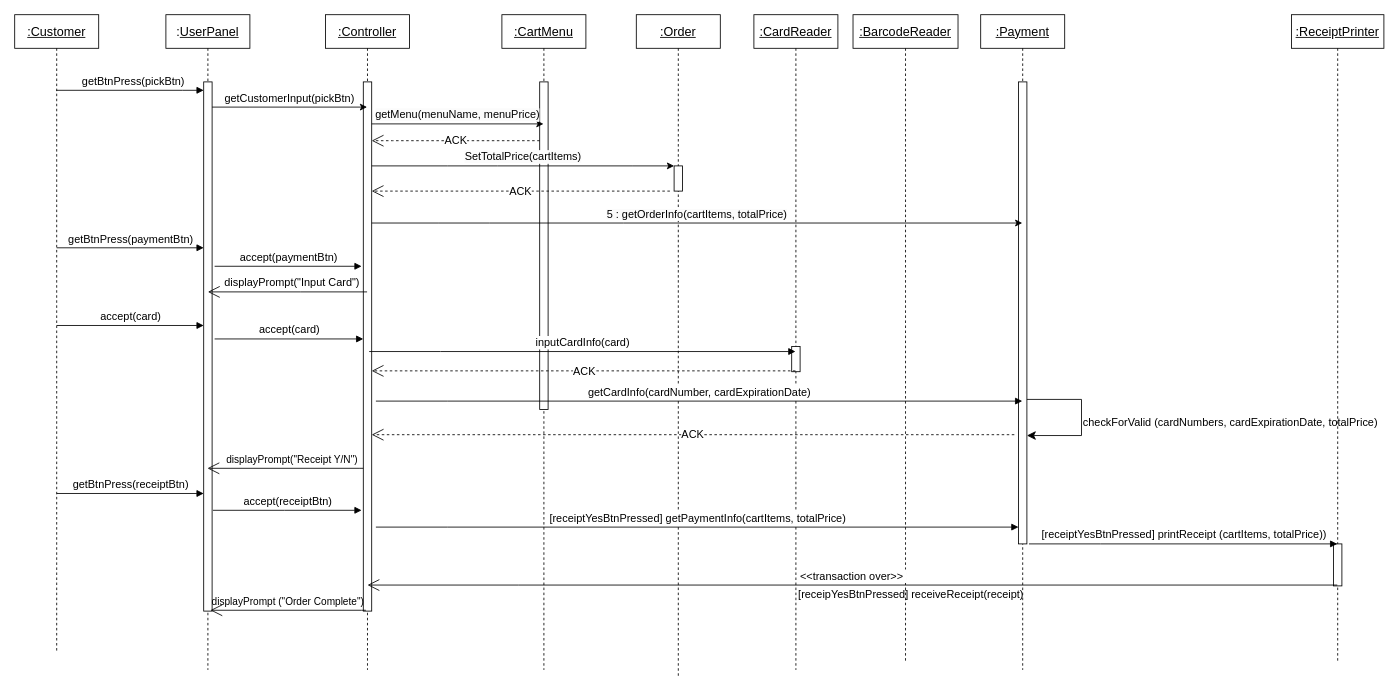
Before: 제목 없는 다이어그램.drawio in SSWU-light-2021/kiosk_UML, a draw.io diagram. Source tidied: cells renumbered, new cells numbered last; positions are measured from the earlier drawing's top-left corner, leaving out a move shared by most shapes. Both pictures are drawn from the tidied source at 84%, with x=0, y=0 at pixel (14, 14).
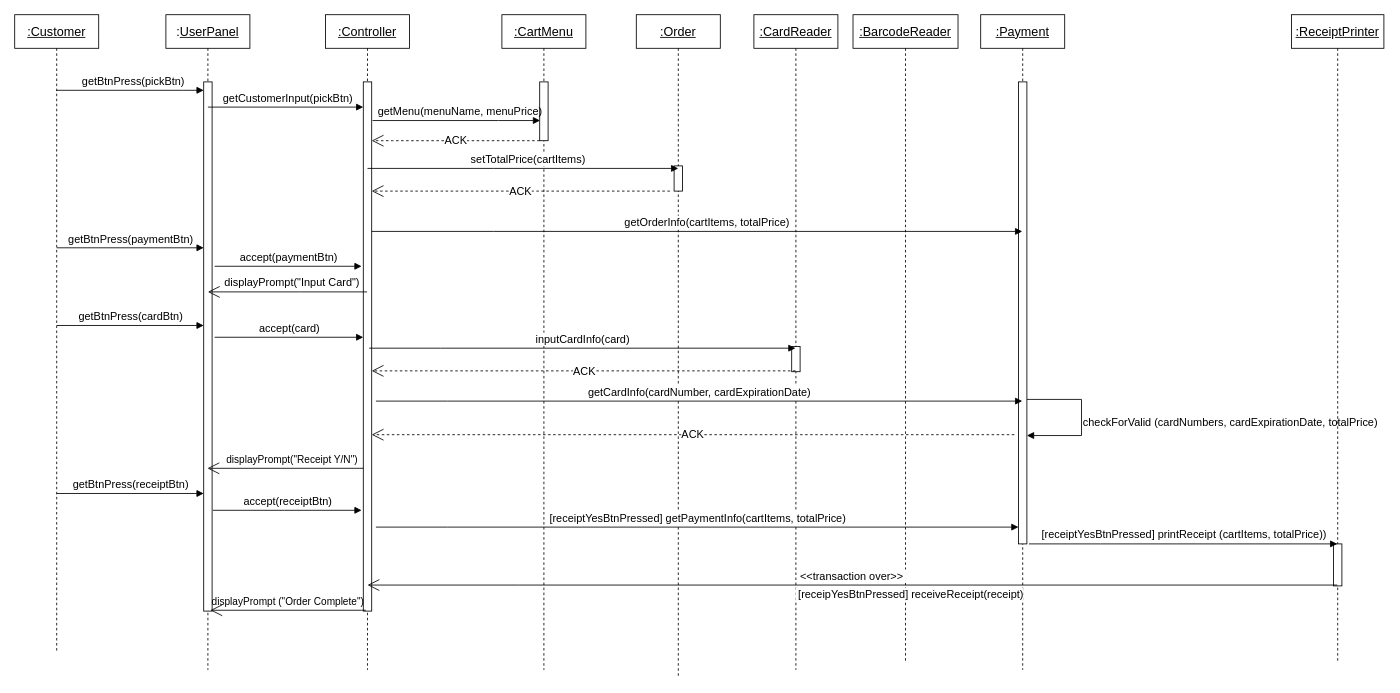
The same page after the edit.

Commit message:
제목 없는 다이어그램.drawio 업데이트

The change refers to these unchanged cells:
```xml
<mxCell id="4" style="html=1;points=[];perimeter=orthogonalPerimeter;outlineConnect=0;targetShapes=umlLifeline;portConstraint=eastwest;newEdgeStyle={&quot;edgeStyle&quot;:&quot;elbowEdgeStyle&quot;,&quot;elbow&quot;:&quot;vertical&quot;,&quot;curved&quot;:0,&quot;rounded&quot;:0};" parent="3" vertex="1">
  <mxGeometry x="45" y="80" width="10" height="630" as="geometry" />
</mxCell>
<mxCell id="6" value="&lt;u&gt;:Controller&lt;/u&gt;" style="shape=umlLifeline;perimeter=lifelinePerimeter;whiteSpace=wrap;html=1;outlineConnect=0;portConstraint=eastwest;newEdgeStyle={&quot;edgeStyle&quot;:&quot;elbowEdgeStyle&quot;,&quot;elbow&quot;:&quot;vertical&quot;,&quot;curved&quot;:0,&quot;rounded&quot;:0};fontSize=15;" parent="1" vertex="1">
  <mxGeometry x="370" width="100" height="780" as="geometry" />
</mxCell>
<mxCell id="7" style="html=1;points=[];perimeter=orthogonalPerimeter;outlineConnect=0;targetShapes=umlLifeline;portConstraint=eastwest;newEdgeStyle={&quot;edgeStyle&quot;:&quot;elbowEdgeStyle&quot;,&quot;elbow&quot;:&quot;vertical&quot;,&quot;curved&quot;:0,&quot;rounded&quot;:0};" parent="6" vertex="1">
  <mxGeometry x="45" y="80" width="10" height="630" as="geometry" />
</mxCell>
<mxCell id="9" style="html=1;points=[];perimeter=orthogonalPerimeter;outlineConnect=0;targetShapes=umlLifeline;portConstraint=eastwest;newEdgeStyle={&quot;edgeStyle&quot;:&quot;elbowEdgeStyle&quot;,&quot;elbow&quot;:&quot;vertical&quot;,&quot;curved&quot;:0,&quot;rounded&quot;:0};" parent="8" vertex="1">
  <mxGeometry x="45" y="180" width="10" height="30" as="geometry" />
</mxCell>
<mxCell id="13" value="&lt;font style=&quot;font-size: 15px;&quot;&gt;&lt;u&gt;:Payment&lt;/u&gt;&lt;/font&gt;" style="shape=umlLifeline;perimeter=lifelinePerimeter;whiteSpace=wrap;html=1;outlineConnect=0;portConstraint=eastwest;newEdgeStyle={&quot;edgeStyle&quot;:&quot;elbowEdgeStyle&quot;,&quot;elbow&quot;:&quot;vertical&quot;,&quot;curved&quot;:0,&quot;rounded&quot;:0};" parent="1" vertex="1">
  <mxGeometry x="1150" width="100" height="780" as="geometry" />
</mxCell>
<mxCell id="19" value="&lt;font style=&quot;font-size: 15px;&quot;&gt;&lt;u&gt;:CartMenu&lt;/u&gt;&lt;/font&gt;" style="shape=umlLifeline;perimeter=lifelinePerimeter;whiteSpace=wrap;html=1;outlineConnect=0;portConstraint=eastwest;newEdgeStyle={&quot;edgeStyle&quot;:&quot;elbowEdgeStyle&quot;,&quot;elbow&quot;:&quot;vertical&quot;,&quot;curved&quot;:0,&quot;rounded&quot;:0};" parent="1" vertex="1">
  <mxGeometry x="580" width="100" height="780" as="geometry" />
</mxCell>
```

Change to the diagram source:
```diff
@@
-    <mxCell id="15" style="edgeStyle=segmentEdgeStyle;endArrow=classic;html=1;curved=0;rounded=0;endSize=8;startSize=8;" parent="13" edge="1">
+    <mxCell id="15" style="edgeStyle=segmentEdgeStyle;endArrow=block;html=1;curved=0;rounded=0;endFill=1;" parent="13" edge="1">
       <mxGeometry relative="1" as="geometry">
         <mxPoint x="55" y="458" as="sourcePoint" />
         <mxPoint x="55" y="501" as="targetPoint" />
         <Array as="points">
           <mxPoint x="120" y="458" />
           <mxPoint x="120" y="501" />
         </Array>
       </mxGeometry>
     </mxCell>
@@
-    <mxCell id="18" value="&lt;span style=&quot;color: rgb(0, 0, 0); font-family: Helvetica; font-size: 13px; font-style: normal; font-variant-ligatures: normal; font-variant-caps: normal; font-weight: 400; letter-spacing: normal; orphans: 2; text-align: center; text-indent: 0px; text-transform: none; widows: 2; word-spacing: 0px; -webkit-text-stroke-width: 0px; text-decoration-thickness: initial; text-decoration-style: initial; text-decoration-color: initial; float: none; display: inline !important;&quot;&gt;getCustomerInput(pickBtn)&lt;/span&gt;" style="endArrow=classic;html=1;rounded=0;labelPosition=center;verticalLabelPosition=top;align=center;verticalAlign=bottom;fontSize=13;labelBackgroundColor=default;" parent="1" edge="1" source="4" target="6">
-      <mxGeometry relative="1" as="geometry">
-        <Array as="points">
-          <mxPoint x="280" y="110" />
-        </Array>
-      </mxGeometry>
-    </mxCell>
@@
     <mxCell id="20" style="html=1;points=[];perimeter=orthogonalPerimeter;outlineConnect=0;targetShapes=umlLifeline;portConstraint=eastwest;newEdgeStyle={&quot;edgeStyle&quot;:&quot;elbowEdgeStyle&quot;,&quot;elbow&quot;:&quot;vertical&quot;,&quot;curved&quot;:0,&quot;rounded&quot;:0};" parent="19" vertex="1">
-      <mxGeometry x="45" y="80" width="10" height="390" as="geometry" />
+      <mxGeometry x="45" y="80" width="10" height="70" as="geometry" />
     </mxCell>
-    <mxCell id="21" value="&lt;span style=&quot;color: rgb(0, 0, 0); font-family: Helvetica; font-size: 13px; font-style: normal; font-variant-ligatures: normal; font-variant-caps: normal; font-weight: 400; letter-spacing: normal; orphans: 2; text-align: center; text-indent: 0px; text-transform: none; widows: 2; word-spacing: 0px; -webkit-text-stroke-width: 0px; background-color: rgb(251, 251, 251); text-decoration-thickness: initial; text-decoration-style: initial; text-decoration-color: initial; float: none; display: inline !important;&quot;&gt;getMenu(menuName, menuPrice)&lt;/span&gt;" style="endArrow=classic;html=1;rounded=0;labelPosition=center;verticalLabelPosition=top;align=center;verticalAlign=bottom;" parent="1" edge="1" source="7" target="19">
-      <mxGeometry relative="1" as="geometry">
-        <Array as="points">
-          <mxPoint x="430" y="130" />
-        </Array>
-      </mxGeometry>
-    </mxCell>
@@
-    <mxCell id="23" value="&lt;span style=&quot;color: rgb(0, 0, 0); font-family: Helvetica; font-size: 13px; font-style: normal; font-variant-ligatures: normal; font-variant-caps: normal; font-weight: 400; letter-spacing: normal; orphans: 2; text-align: center; text-indent: 0px; text-transform: none; widows: 2; word-spacing: 0px; -webkit-text-stroke-width: 0px; background-color: rgb(251, 251, 251); text-decoration-thickness: initial; text-decoration-style: initial; text-decoration-color: initial; float: none; display: inline !important;&quot;&gt;SetTotalPrice(cartItems)&lt;/span&gt;" style="endArrow=classic;html=1;rounded=0;labelPosition=center;verticalLabelPosition=top;align=center;verticalAlign=bottom;" parent="1" edge="1" source="7" target="9">
-      <mxGeometry relative="1" as="geometry">
-        <Array as="points">
-          <mxPoint x="515" y="180" />
-          <mxPoint x="575" y="180" />
-          <mxPoint x="735" y="180" />
-        </Array>
-      </mxGeometry>
-    </mxCell>
@@
-    <mxCell id="25" value="&lt;span style=&quot;color: rgb(0, 0, 0); font-family: Helvetica; font-style: normal; font-variant-ligatures: normal; font-variant-caps: normal; font-weight: 400; letter-spacing: normal; orphans: 2; text-align: center; text-indent: 0px; text-transform: none; widows: 2; word-spacing: 0px; -webkit-text-stroke-width: 0px; background-color: rgb(251, 251, 251); text-decoration-thickness: initial; text-decoration-style: initial; text-decoration-color: initial; float: none; display: inline !important;&quot;&gt;&lt;font style=&quot;font-size: 13px;&quot;&gt;5 : getOrderInfo(cartItems, totalPrice)&lt;/font&gt;&lt;/span&gt;" style="endArrow=classic;html=1;rounded=0;labelPosition=center;verticalLabelPosition=top;align=center;verticalAlign=bottom;" parent="1" edge="1" source="7" target="13">
-      <mxGeometry relative="1" as="geometry">
-        <Array as="points">
-          <mxPoint x="505" y="248" />
-          <mxPoint x="565" y="248" />
-          <mxPoint x="725" y="248" />
-        </Array>
-      </mxGeometry>
-    </mxCell>
@@
-    <mxCell id="28" value="&lt;font style=&quot;font-size: 13px;&quot;&gt;accept(card)&lt;/font&gt;" style="html=1;verticalAlign=bottom;endArrow=block;edgeStyle=elbowEdgeStyle;elbow=vertical;curved=0;rounded=0;" parent="1" edge="1">
+    <mxCell id="28" value="&lt;span style=&quot;font-size: 13px;&quot;&gt;getBtnPress(cardBtn)&lt;/span&gt;" style="html=1;verticalAlign=bottom;endArrow=block;edgeStyle=elbowEdgeStyle;elbow=vertical;curved=0;rounded=0;" parent="1" edge="1">
       <mxGeometry relative="1" as="geometry">
         <mxPoint x="50" y="370" as="sourcePoint" />
         <mxPoint x="225" y="370.5" as="targetPoint" />
         <Array as="points">
           <mxPoint x="135" y="370" />
         </Array>
       </mxGeometry>
     </mxCell>
     <mxCell id="29" value="&lt;font style=&quot;font-size: 13px;&quot;&gt;accept(card)&lt;/font&gt;" style="html=1;verticalAlign=bottom;endArrow=block;edgeStyle=elbowEdgeStyle;elbow=vertical;curved=0;rounded=0;" parent="1" edge="1">
       <mxGeometry relative="1" as="geometry">
-        <mxPoint x="238" y="386" as="sourcePoint" />
-        <mxPoint x="415" y="386" as="targetPoint" />
+        <mxPoint x="238" y="384" as="sourcePoint" />
+        <mxPoint x="415" y="384" as="targetPoint" />
         <Array as="points">
-          <mxPoint x="323" y="386" />
+          <mxPoint x="323" y="384" />
         </Array>
       </mxGeometry>
     </mxCell>
@@
     <mxCell id="32" value="&lt;font style=&quot;font-size: 13px;&quot;&gt;inputCardInfo(card)&lt;/font&gt;" style="html=1;verticalAlign=bottom;endArrow=block;edgeStyle=elbowEdgeStyle;elbow=vertical;curved=0;rounded=0;fontSize=13;" parent="1" edge="1">
       <mxGeometry relative="1" as="geometry">
-        <mxPoint x="422" y="401" as="sourcePoint" />
-        <mxPoint x="929.5" y="401" as="targetPoint" />
+        <mxPoint x="422" y="397" as="sourcePoint" />
+        <mxPoint x="929.5" y="397" as="targetPoint" />
         <Array as="points">
-          <mxPoint x="507" y="401" />
+          <mxPoint x="507" y="397" />
         </Array>
       </mxGeometry>
     </mxCell>
@@
-    <mxCell id="45" value="&lt;font style=&quot;font-size: 13px;&quot;&gt;&amp;nbsp;[receipYesBtnPressed] receiveReceipt(receipt)&lt;/font&gt;" style="text;html=1;align=center;verticalAlign=middle;strokeColor=none;fillColor=none;" parent="1" vertex="1">
+    <mxCell id="45" value="&lt;font style=&quot;font-size: 13px;&quot;&gt;&amp;nbsp;[receipYesBtnPressed] receiveReceipt(receipt)&lt;/font&gt;" style="text;html=1;align=center;verticalAlign=middle;strokeColor=none;fillColor=none;labelBackgroundColor=default;" parent="1" vertex="1">
       <mxGeometry x="915" y="675" width="300" height="30" as="geometry" />
     </mxCell>
+    <mxCell id="21" value="&lt;span style=&quot;color: rgb(0, 0, 0); font-family: Helvetica; font-size: 13px; font-style: normal; font-variant-ligatures: normal; font-variant-caps: normal; font-weight: 400; letter-spacing: normal; orphans: 2; text-indent: 0px; text-transform: none; widows: 2; word-spacing: 0px; -webkit-text-stroke-width: 0px; text-decoration-thickness: initial; text-decoration-style: initial; text-decoration-color: initial; float: none; display: inline !important;&quot;&gt;getMenu(menuName, menuPrice)&lt;br&gt;&lt;/span&gt;" style="html=1;verticalAlign=bottom;endArrow=block;edgeStyle=elbowEdgeStyle;elbow=vertical;curved=0;rounded=0;labelPosition=center;verticalLabelPosition=top;align=center;labelBackgroundColor=none;" parent="1" edge="1">
+      <mxGeometry x="0.04" relative="1" as="geometry">
+        <mxPoint x="426" y="126" as="sourcePoint" />
+        <mxPoint x="625.5" y="126" as="targetPoint" />
+        <Array as="points">
+          <mxPoint x="576" y="126" />
+          <mxPoint x="516" y="116" />
+        </Array>
+      </mxGeometry>
+    </mxCell>
+    <mxCell id="18" value="&lt;span style=&quot;color: rgb(0, 0, 0); font-family: Helvetica; font-size: 13px; font-style: normal; font-variant-ligatures: normal; font-variant-caps: normal; font-weight: 400; letter-spacing: normal; orphans: 2; text-align: center; text-indent: 0px; text-transform: none; widows: 2; word-spacing: 0px; -webkit-text-stroke-width: 0px; background-color: rgb(255, 255, 255); text-decoration-thickness: initial; text-decoration-style: initial; text-decoration-color: initial; float: none; display: inline !important;&quot;&gt;getCustomerInput(pickBtn)&lt;br&gt;&lt;/span&gt;" style="html=1;verticalAlign=bottom;endArrow=block;edgeStyle=elbowEdgeStyle;elbow=vertical;curved=0;rounded=0;labelPosition=center;verticalLabelPosition=top;align=center;" parent="1" edge="1" target="7">
+      <mxGeometry x="0.03" relative="1" as="geometry">
+        <mxPoint x="230" y="110" as="sourcePoint" />
+        <Array as="points">
+          <mxPoint x="380" y="110" />
+          <mxPoint x="320" y="100" />
+        </Array>
+      </mxGeometry>
+    </mxCell>
+    <mxCell id="46" value="&lt;span style=&quot;color: rgb(0, 0, 0); font-family: Helvetica; font-size: 13px; font-style: normal; font-variant-ligatures: normal; font-variant-caps: normal; font-weight: 400; letter-spacing: normal; orphans: 2; text-align: center; text-indent: 0px; text-transform: none; widows: 2; word-spacing: 0px; -webkit-text-stroke-width: 0px; background-color: rgb(255, 255, 255); text-decoration-thickness: initial; text-decoration-style: initial; text-decoration-color: initial; float: none; display: inline !important;&quot;&gt;setTotalPrice(cartItems)&lt;br&gt;&lt;/span&gt;" style="html=1;verticalAlign=bottom;endArrow=block;edgeStyle=elbowEdgeStyle;elbow=vertical;curved=0;rounded=0;labelPosition=center;verticalLabelPosition=top;align=center;" parent="1" edge="1">
+      <mxGeometry x="0.03" relative="1" as="geometry">
+        <mxPoint x="420" y="183" as="sourcePoint" />
+        <mxPoint x="790" y="183" as="targetPoint" />
+        <Array as="points">
+          <mxPoint x="570" y="183" />
+          <mxPoint x="510" y="173" />
+        </Array>
+      </mxGeometry>
+    </mxCell>
+    <mxCell id="47" value="&lt;span style=&quot;color: rgb(0, 0, 0); font-family: Helvetica; font-size: 13px; font-style: normal; font-variant-ligatures: normal; font-variant-caps: normal; font-weight: 400; letter-spacing: normal; orphans: 2; text-align: center; text-indent: 0px; text-transform: none; widows: 2; word-spacing: 0px; -webkit-text-stroke-width: 0px; background-color: rgb(255, 255, 255); text-decoration-thickness: initial; text-decoration-style: initial; text-decoration-color: initial; float: none; display: inline !important;&quot;&gt;getOrderInfo(cartItems, totalPrice)&lt;br&gt;&lt;/span&gt;" style="html=1;verticalAlign=bottom;endArrow=block;edgeStyle=elbowEdgeStyle;elbow=vertical;curved=0;rounded=0;labelPosition=center;verticalLabelPosition=top;align=center;" parent="1" edge="1" source="7">
+      <mxGeometry x="0.03" relative="1" as="geometry">
+        <mxPoint x="1199.5" y="258" as="targetPoint" />
+        <Array as="points">
+          <mxPoint x="570" y="258" />
+          <mxPoint x="510" y="248" />
+        </Array>
+      </mxGeometry>
+    </mxCell>
```
